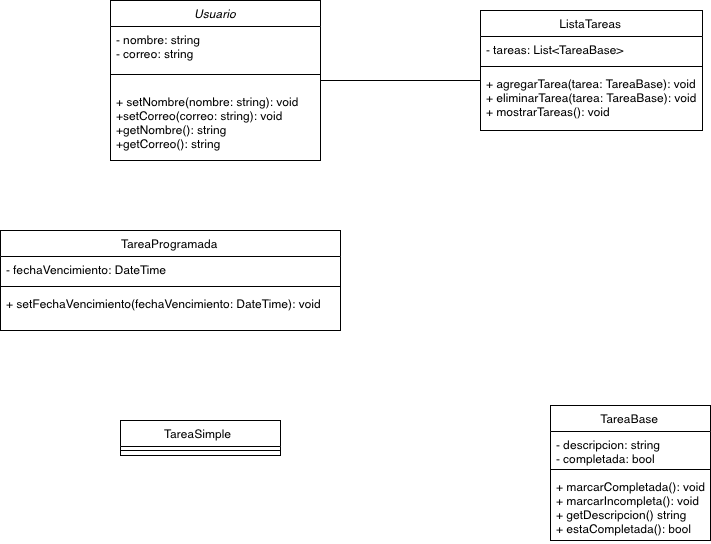
Earlier version of the draw.io export TC1030_Proyecto.png (A01712128/TC1030_PROYECTO). Source tidied: cells renumbered, new cells last; positions are measured from the earlier drawing's top-left corner, leaving out a move shared by most shapes.
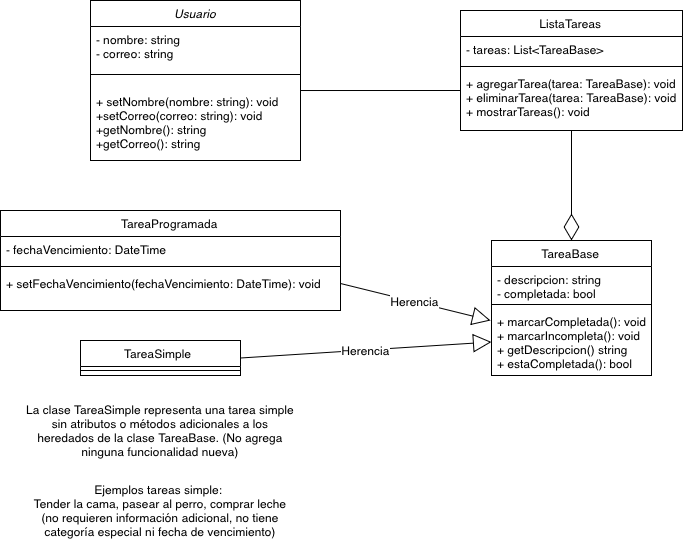
After the change.

Change to the diagram source:
```diff
@@ -15,7 +15,7 @@
       <mxGeometry y="88" width="210" height="72" as="geometry" />
     </mxCell>
     <mxCell id="6" value="TareaProgramada" style="swimlane;fontStyle=0;align=center;verticalAlign=top;horizontal=1;startSize=26;rounded=0;shadow=0;strokeWidth=1;" parent="1" vertex="1">
-      <mxGeometry y="230" width="340" height="100" as="geometry" />
+      <mxGeometry x="20" y="210" width="340" height="100" as="geometry" />
     </mxCell>
     <mxCell id="7" value="- fechaVencimiento: DateTime" style="text;align=left;verticalAlign=top;spacingLeft=4;spacingRight=4;overflow=hidden;" parent="6" vertex="1">
       <mxGeometry y="26" width="340" height="26" as="geometry" />
@@ -38,8 +38,14 @@
     <mxCell id="13" value="+ agregarTarea(tarea: TareaBase): void&#10;+ eliminarTarea(tarea: TareaBase): void&#10;+ mostrarTareas(): void" style="text;align=left;verticalAlign=top;spacingLeft=4;spacingRight=4;overflow=hidden;" parent="10" vertex="1">
       <mxGeometry y="60" width="222" height="50" as="geometry" />
     </mxCell>
+    <mxCell id="17" value="TareaSimple " style="swimlane;fontStyle=0;align=center;verticalAlign=top;horizontal=1;startSize=26;rounded=0;shadow=0;strokeWidth=1;" parent="1" vertex="1">
+      <mxGeometry x="100" y="340" width="160" height="35" as="geometry" />
+    </mxCell>
+    <mxCell id="18" style="line;html=1;strokeWidth=1;align=left;verticalAlign=middle;spacingTop=-1;spacingLeft=3;spacingRight=3;labelPosition=right;" parent="17" vertex="1">
+      <mxGeometry y="26" width="160" height="8" as="geometry" />
+    </mxCell>
     <mxCell id="14" value="TareaBase" style="swimlane;fontStyle=0;align=center;verticalAlign=top;horizontal=1;startSize=26;rounded=0;shadow=0;strokeWidth=1;" parent="1" vertex="1">
-      <mxGeometry x="550" y="405" width="160" height="135" as="geometry" />
+      <mxGeometry x="511" y="240" width="160" height="135" as="geometry" />
     </mxCell>
     <mxCell id="15" value="- descripcion: string&#10;- completada: bool" style="text;align=left;verticalAlign=top;spacingLeft=4;spacingRight=4;overflow=hidden;" parent="14" vertex="1">
       <mxGeometry y="26" width="160" height="34" as="geometry" />
@@ -47,20 +53,31 @@
     <mxCell id="16" style="line;html=1;strokeWidth=1;align=left;verticalAlign=middle;spacingTop=-1;spacingLeft=3;spacingRight=3;labelPosition=right;" parent="14" vertex="1">
       <mxGeometry y="60" width="160" height="8" as="geometry" />
     </mxCell>
-    <mxCell id="17" value="TareaSimple " style="swimlane;fontStyle=0;align=center;verticalAlign=top;horizontal=1;startSize=26;rounded=0;shadow=0;strokeWidth=1;" parent="1" vertex="1">
-      <mxGeometry x="120" y="420" width="160" height="35" as="geometry" />
-    </mxCell>
-    <mxCell id="18" style="line;html=1;strokeWidth=1;align=left;verticalAlign=middle;spacingTop=-1;spacingLeft=3;spacingRight=3;labelPosition=right;" parent="17" vertex="1">
-      <mxGeometry y="26" width="160" height="8" as="geometry" />
-    </mxCell>
-    <mxCell id="19" value="+ marcarCompletada(): void&#10;+ marcarIncompleta(): void&#10;+ getDescripcion() string&#10;+ estaCompletada(): bool" style="text;align=left;verticalAlign=top;spacingLeft=4;spacingRight=4;overflow=hidden;points=[[0,0.5],[1,0.5]];portConstraint=eastwest;" parent="1" vertex="1">
-      <mxGeometry x="550" y="473" width="160" height="67" as="geometry" />
+    <mxCell id="19" value="+ marcarCompletada(): void&#10;+ marcarIncompleta(): void&#10;+ getDescripcion() string&#10;+ estaCompletada(): bool" style="text;align=left;verticalAlign=top;spacingLeft=4;spacingRight=4;overflow=hidden;points=[[0,0.5],[1,0.5]];portConstraint=eastwest;" parent="14" vertex="1">
+      <mxGeometry y="68" width="160" height="67" as="geometry" />
     </mxCell>
-    <mxCell id="20" style="endArrow=none;html=1;edgeStyle=orthogonalEdgeStyle;rounded=0;fontSize=12;startSize=8;endSize=8;curved=1;" parent="1" edge="1">
-      <mxGeometry relative="1" as="geometry">
-        <mxPoint x="320" y="80" as="sourcePoint" />
-        <mxPoint x="480" y="80" as="targetPoint" />
-      </mxGeometry>
-    </mxCell>
+    <mxCell id="21" style="endArrow=diamondThin;endFill=0;endSize=24;html=1;rounded=0;fontSize=12;curved=1;exitX=0.5;exitY=1;exitDx=0;exitDy=0;entryX=0.5;entryY=0;entryDx=0;entryDy=0;" parent="1" edge="1" source="10" target="14">
+      <mxGeometry relative="1" as="geometry" />
+    </mxCell>
+    <mxCell id="22" style="endArrow=none;html=1;edgeStyle=orthogonalEdgeStyle;rounded=0;fontSize=12;startSize=8;endSize=8;curved=1;exitX=1;exitY=0.028;exitDx=0;exitDy=0;exitPerimeter=0;" parent="1" edge="1" source="5">
+      <mxGeometry relative="1" as="geometry">
+        <mxPoint x="480" y="90" as="targetPoint" />
+        <Array as="points">
+          <mxPoint x="480" y="90" />
+        </Array>
+      </mxGeometry>
+    </mxCell>
+    <mxCell id="23" value="Herencia" style="endArrow=block;endSize=16;endFill=0;html=1;rounded=0;fontSize=12;curved=1;exitX=1;exitY=0.5;exitDx=0;exitDy=0;entryX=-0.006;entryY=0.179;entryDx=0;entryDy=0;entryPerimeter=0;" parent="1" edge="1" source="9" target="19">
+      <mxGeometry relative="1" as="geometry" />
+    </mxCell>
+    <mxCell id="24" value="Herencia" style="endArrow=block;endSize=16;endFill=0;html=1;rounded=0;fontSize=12;curved=1;entryX=0;entryY=0.5;entryDx=0;entryDy=0;exitX=1;exitY=0.5;exitDx=0;exitDy=0;" parent="1" edge="1" source="17" target="19">
+      <mxGeometry relative="1" as="geometry" />
+    </mxCell>
+    <mxCell id="25" value="La clase TareaSimple representa una tarea simple sin atributos o métodos adicionales a los heredados de la clase TareaBase. (No agrega ninguna funcionalidad nueva)" style="text;strokeColor=none;fillColor=none;html=1;align=center;verticalAlign=middle;whiteSpace=wrap;rounded=0;fontSize=12;" parent="1" vertex="1">
+      <mxGeometry x="45" y="400" width="270" height="60" as="geometry" />
+    </mxCell>
+    <mxCell id="26" value="&lt;div&gt;Ejemplos tareas simple:&amp;nbsp;&lt;/div&gt;&lt;div&gt;Tender la cama, pasear al perro, comprar leche (no requieren información adicional, no tiene categoría especial ni fecha de vencimiento)&lt;/div&gt;" style="text;strokeColor=none;fillColor=none;html=1;align=center;verticalAlign=middle;whiteSpace=wrap;rounded=0;fontSize=12;" parent="1" vertex="1">
+      <mxGeometry x="45" y="475" width="270" height="70" as="geometry" />
+    </mxCell>
   </root>
 </mxGraphModel>
```
